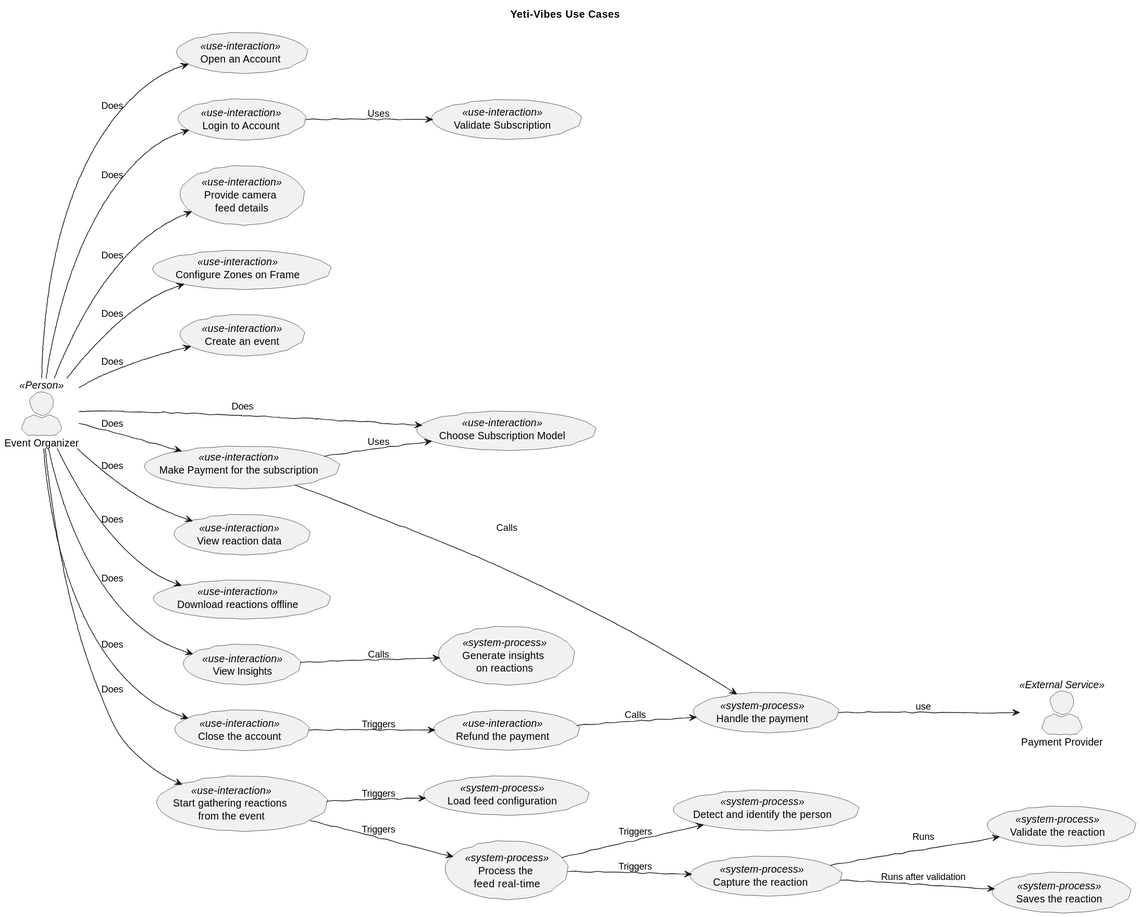
backendkolawole/yeti-crowd-insights keeps this PlantUML diagram as docs/diagrams/out/yeti_vibes_use_case_diagram.svg. Above is the earlier version.
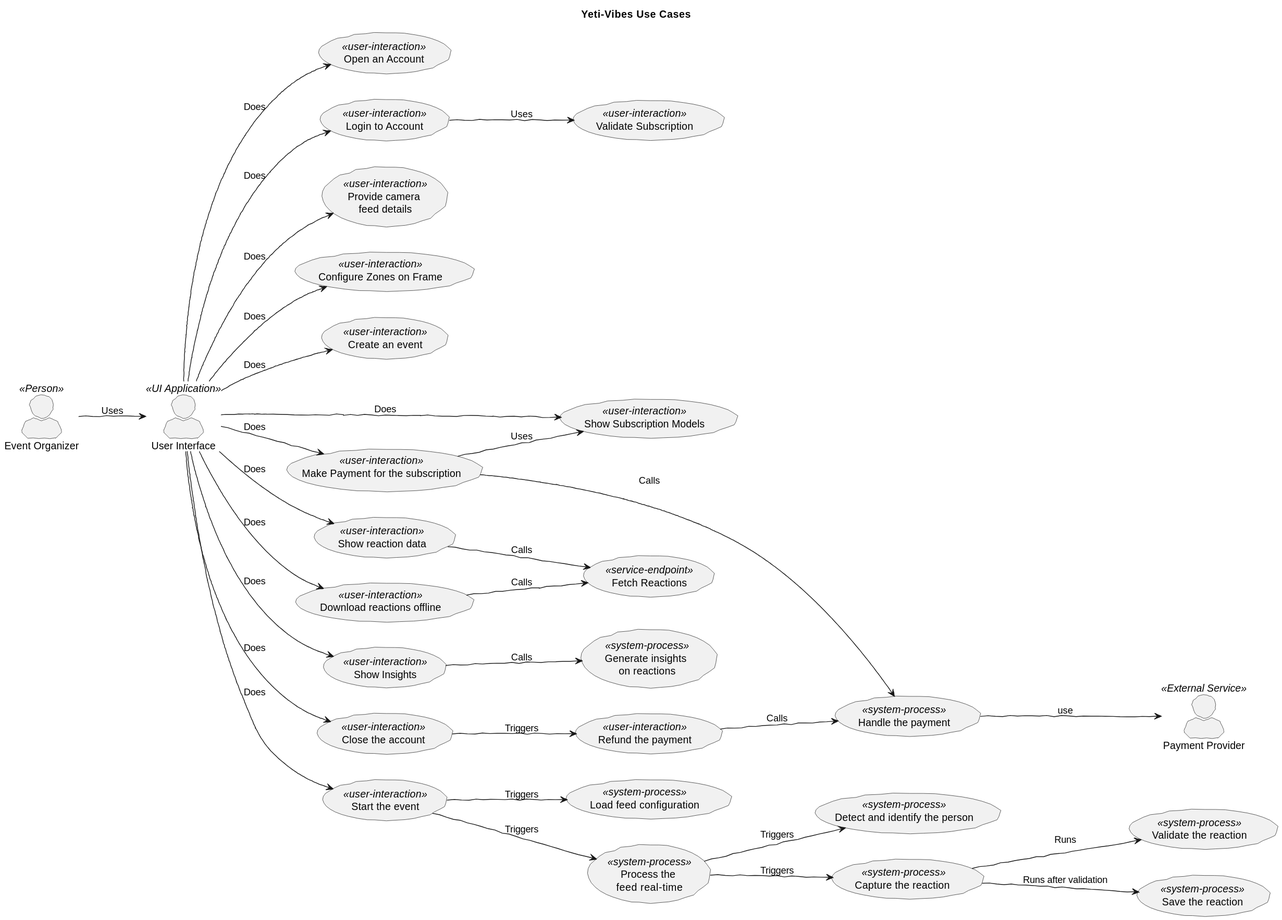
The same diagram one commit later.

Commit message:
Listed yeti-vibes use cases in the design document.

What changed in the source:
```diff
@@ -6,22 +6,24 @@
 left to right direction
 
 actor :Event Organizer: as Client <<Person>>
+actor :User Interface: as UI <<UI Application>>
 actor :Payment Provider: as PaymentProvider <<External Service>>
 
-    usecase OpenAccount as "Open an Account" <<use-interaction>>
-    usecase Login as "Login to Account" <<use-interaction>>
-    usecase ValidateSubscription as "Validate Subscription" <<use-interaction>>
-    usecase ConfigureCamera as "Provide camera \nfeed details" <<use-interaction>>
-    usecase ConfigureFrame as "Configure Zones on Frame" <<use-interaction>>
-    usecase CreateEvent as "Create an event" <<use-interaction>>
-    usecase ChooseSubscription as "Choose Subscription Model" <<use-interaction>>
-    usecase MakePayment as "Make Payment for the subscription" <<use-interaction>>
-    usecase ViewReactions as "View reaction data" <<use-interaction>>
-    usecase DownloadReactions as "Download reactions offline" <<use-interaction>>
-    usecase ViewInsights as "View Insights" <<use-interaction>>
-    usecase CloseAccount as "Close the account" <<use-interaction>>
-    usecase RefundPayment as "Refund the payment" <<use-interaction>>
-    usecase StartEvent as "Start gathering reactions \nfrom the event" <<use-interaction>>
+    usecase OpenAccount as "Open an Account" <<user-interaction>>
+    usecase Login as "Login to Account" <<user-interaction>>
+    usecase ValidateSubscription as "Validate Subscription" <<user-interaction>>
+    usecase ConfigureCamera as "Provide camera \nfeed details" <<user-interaction>>
+    usecase ConfigureFrame as "Configure Zones on Frame" <<user-interaction>>
+    usecase CreateEvent as "Create an event" <<user-interaction>>
+    usecase ShowSubscriptions as "Show Subscription Models" <<user-interaction>>
+    usecase MakePayment as "Make Payment for the subscription" <<user-interaction>>
+    usecase FetchReactions as "Fetch Reactions" <<service-endpoint>>
+    usecase ShowReactions as "Show reaction data" <<user-interaction>>
+    usecase DownloadReactions as "Download reactions offline" <<user-interaction>>
+    usecase ShowInsights as "Show Insights" <<user-interaction>>
+    usecase CloseAccount as "Close the account" <<user-interaction>>
+    usecase RefundPayment as "Refund the payment" <<user-interaction>>
+    usecase StartEvent as "Start the event" <<user-interaction>>
 
 
     usecase LoadConfiguration as "Load feed configuration" <<system-process>>
@@ -29,26 +31,29 @@
     usecase IdentifyPerson as "Detect and identify the person" <<system-process>>
     usecase CaptureReaction as "Capture the reaction " <<system-process>>
     usecase ValidateReaction as "Validate the reaction" <<system-process>>
-    usecase SaveReaction as "Saves the reaction" <<system-process>>
+    usecase SaveReaction as "Save the reaction" <<system-process>>
     usecase GenerateInsights as "Generate insights \non reactions" <<system-process>>
     usecase HandlePayment as "Handle the payment" <<system-process>>
 
-Client --> OpenAccount : Does
-Client --> Login : Does
+Client --> UI : Uses
+UI --> OpenAccount : Does
+UI --> Login : Does
 Login --> ValidateSubscription : Uses
-Client --> ConfigureCamera : Does
-Client --> ConfigureFrame : Does
-Client --> CreateEvent : Does
-Client --> ChooseSubscription : Does
-Client --> MakePayment : Does
-MakePayment --> ChooseSubscription : Uses
+UI --> ConfigureCamera : Does
+UI --> ConfigureFrame : Does
+UI --> CreateEvent : Does
+UI --> ShowSubscriptions : Does
+UI --> MakePayment : Does
+MakePayment --> ShowSubscriptions : Uses
 MakePayment --> HandlePayment : Calls
-Client --> StartEvent : Does
-Client --> ViewReactions : Does
-Client --> DownloadReactions : Does
-Client --> ViewInsights : Does
-ViewInsights --> GenerateInsights : Calls
-Client --> CloseAccount : Does
+UI --> StartEvent : Does
+UI --> ShowReactions : Does
+UI --> DownloadReactions : Does
+ShowReactions --> FetchReactions : Calls
+DownloadReactions --> FetchReactions : Calls
+UI --> ShowInsights : Does
+ShowInsights --> GenerateInsights : Calls
+UI --> CloseAccount : Does
 CloseAccount --> RefundPayment : Triggers
 RefundPayment --> HandlePayment : Calls
 
```
